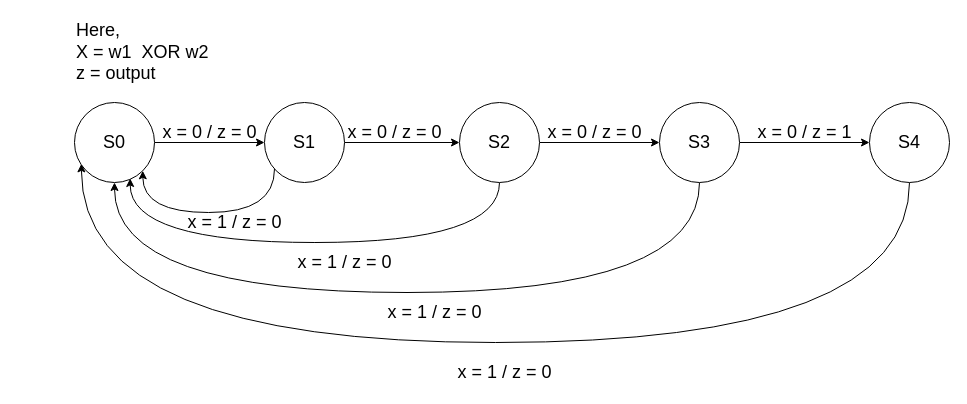
Before: page "Exp 01" (1 of 3) of Exp 03/Lab Submission/State Diagram.drawio in mehadihn/BRACUCSE460, a draw.io diagram. Source tidied: cells renumbered, new cells numbered last; positions are measured from the earlier drawing's top-left corner, leaving out a move shared by most shapes. Both pictures are drawn from the tidied source at 100%, with x=0, y=0 at pixel (74, 17).
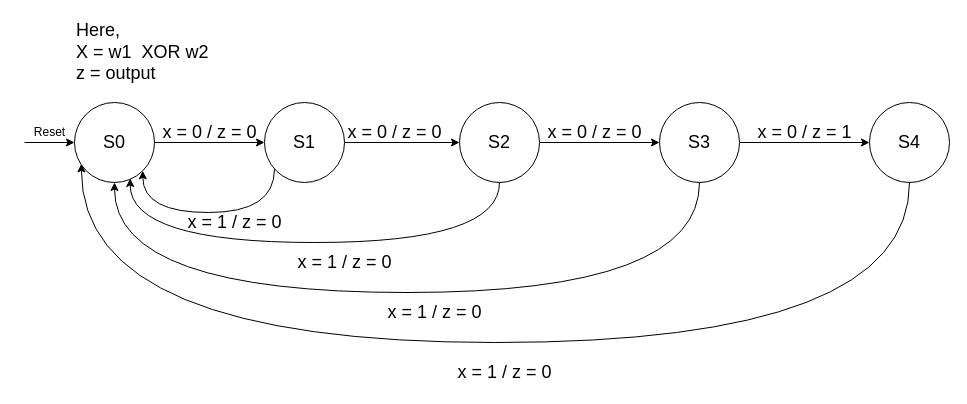
The same diagram, later.

Unchanged cells that the change refers to:
```xml
<mxCell id="3" value="S0" style="ellipse;whiteSpace=wrap;html=1;fontSize=18;" parent="1" vertex="1">
  <mxGeometry y="85" width="80" height="80" as="geometry" />
</mxCell>
```

Change to the diagram source:
```diff
@@
+    <mxCell id="24" style="endArrow=classic;html=1;entryX=0;entryY=0.5;entryDx=0;entryDy=0;" parent="1" edge="1" target="3">
+      <mxGeometry relative="1" as="geometry">
+        <mxPoint x="-50" y="125" as="sourcePoint" />
+      </mxGeometry>
+    </mxCell>
+    <mxCell id="25" value="Reset" style="text;html=1;align=center;verticalAlign=middle;" parent="1" vertex="1">
+      <mxGeometry x="-50" y="105" width="50" height="20" as="geometry" />
+    </mxCell>
```
